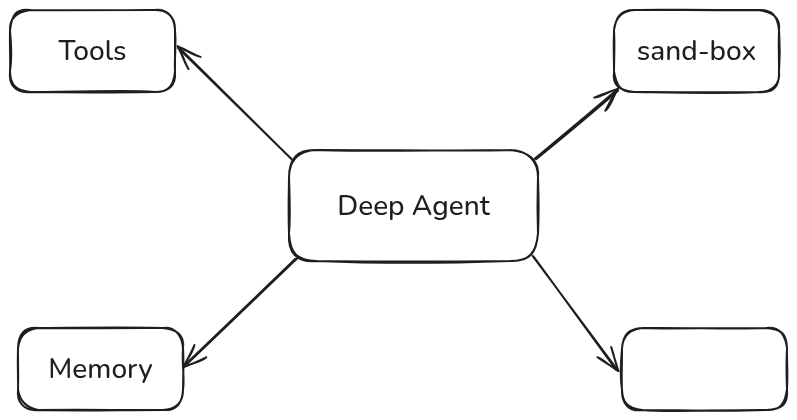
Above: 28-Intorduction-to-deep-and-Agents-Harness/Module-1-Building-Deep-Agent/da-architecture.excalidraw.png in MDalamin5/End-to-End-Agentic-Ai-Automation-Lab (Excalidraw), before the change. Source tidied: one line per element, renumbered; positions are measured from the earlier drawing's top-left corner, leaving out a move shared by most shapes.
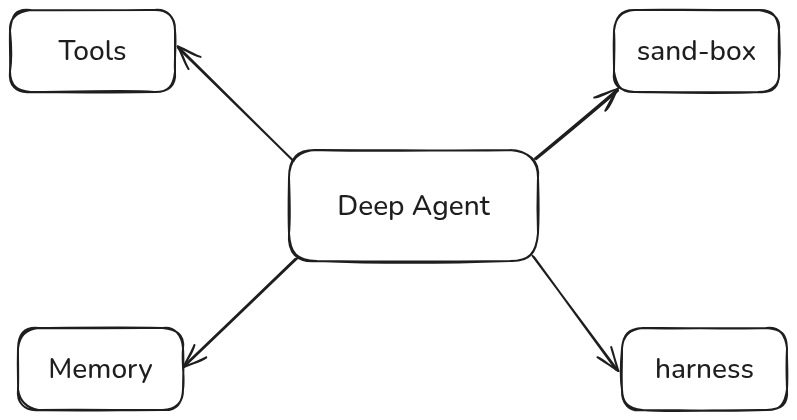
Above is the later version.

Commit message:
harness in deep agent

Change to the diagram source:
```diff
@@ -7,6 +7,7 @@
 {"id": 6, "type": "rectangle", "strokeColor": "#1e1e1e", "strokeWidth": 2, "roughness": 1, "round": true, "x": 8, "y": 318, "width": 165, "height": 82}
 {"id": 7, "type": "text", "text": "Memory", "strokeColor": "#1e1e1e", "strokeWidth": 2, "roughness": 1, "fontSize": 28, "fontFamily": 6, "textAlign": "center", "verticalAlign": "middle", "inside": 6, "x": 38, "y": 340, "width": 104, "height": 38}
 {"id": 8, "type": "rectangle", "strokeColor": "#1e1e1e", "strokeWidth": 2, "roughness": 1, "round": true, "x": 612, "y": 318, "width": 165, "height": 82}
+{"id": 13, "type": "text", "text": "harness", "strokeColor": "#1e1e1e", "strokeWidth": 2, "roughness": 1, "fontSize": 28, "fontFamily": 6, "textAlign": "center", "verticalAlign": "middle", "inside": 8, "x": 645, "y": 340, "width": 99, "height": 38}
 {"id": 9, "type": "arrow", "strokeColor": "#1e1e1e", "strokeWidth": 2, "roughness": 1, "endArrowhead": "arrow", "round": true, "from": 0, "to": 4, "x": 526, "y": 148, "width": 81, "height": 68, "points": [[0, 0], [81, -68]]}
 {"id": 10, "type": "arrow", "strokeColor": "#1e1e1e", "strokeWidth": 2, "roughness": 1, "endArrowhead": "arrow", "round": true, "from": 0, "to": 8, "x": 524, "y": 247, "width": 83, "height": 113, "points": [[0, 0], [83, 113]]}
 {"id": 11, "type": "arrow", "strokeColor": "#1e1e1e", "strokeWidth": 2, "roughness": 1, "endArrowhead": "arrow", "round": true, "from": 0, "to": 6, "x": 286, "y": 248, "width": 113, "height": 108, "points": [[0, 0], [-113, 108]]}
```
